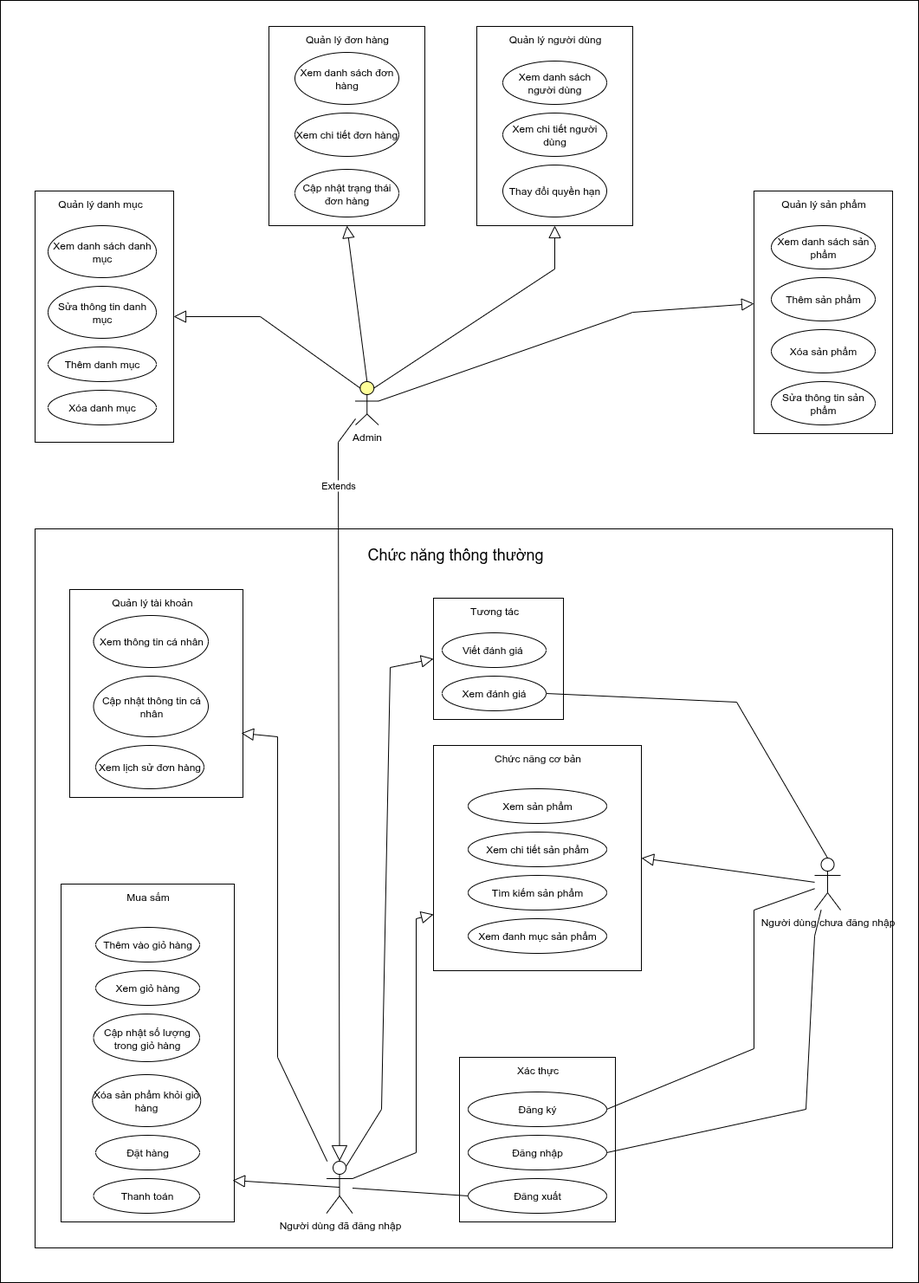
Above: Diagrams/usecase tổng quan.drawio.png in HaoNgo232/laptop-shop (draw.io), before the change. Source tidied: cells renumbered, new cells last; positions are measured from the earlier drawing's top-left corner, leaving out a move shared by most shapes.
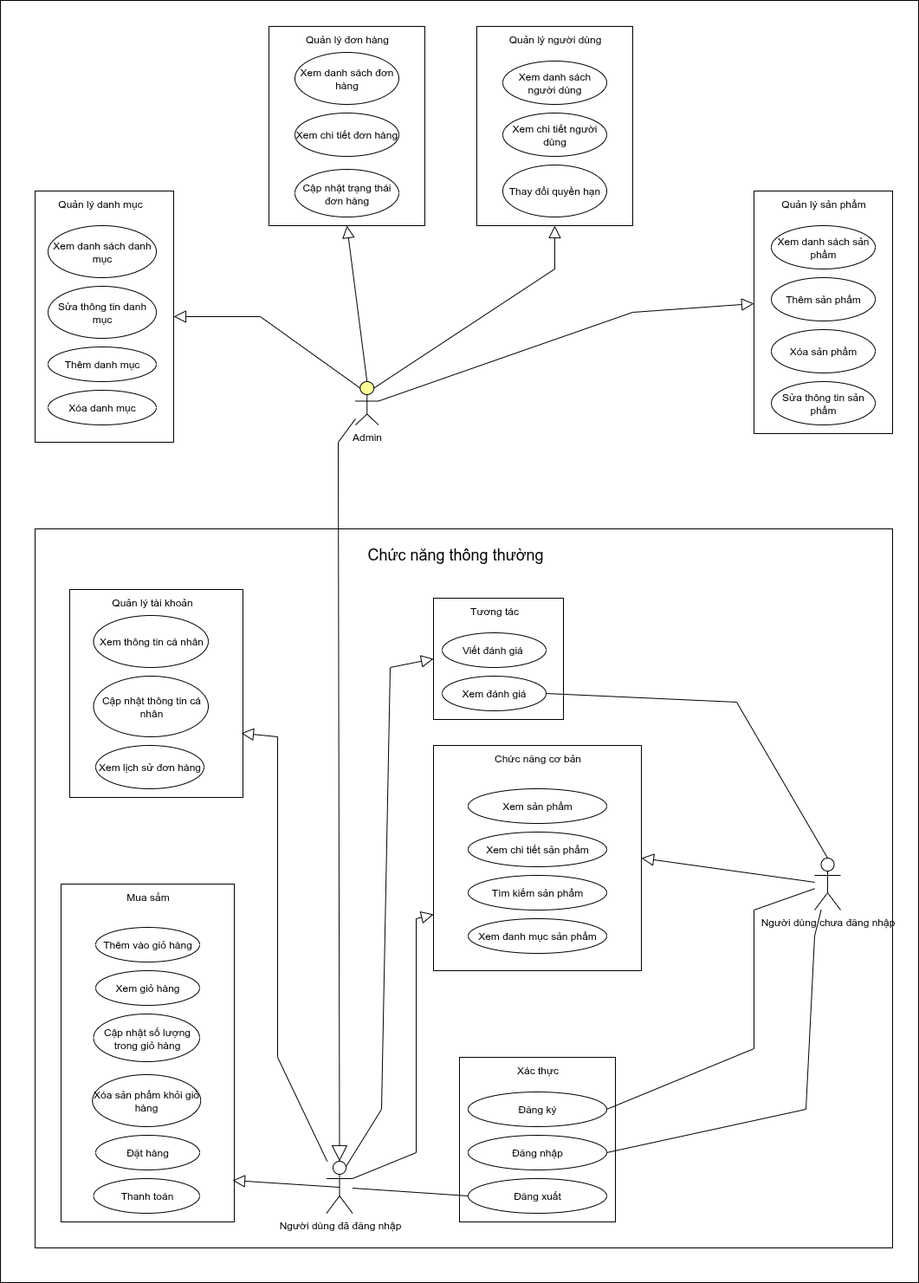
The same file after the commit.

The edit, as a diff of the source:
```diff
@@ -212,7 +212,7 @@
         </Array>
       </mxGeometry>
     </mxCell>
-    <mxCell id="64" value="Extends" style="endArrow=block;endSize=16;endFill=0;html=1;rounded=0;entryX=0.5;entryY=0;entryDx=0;entryDy=0;entryPerimeter=0;" parent="1" edge="1" source="44" target="26">
+    <mxCell id="64" style="endArrow=block;endSize=16;endFill=0;html=1;rounded=0;entryX=0.5;entryY=0;entryDx=0;entryDy=0;entryPerimeter=0;" parent="1" edge="1" source="44" target="26">
       <mxGeometry x="-0.81" relative="1" as="geometry">
         <Array as="points">
           <mxPoint x="390" y="510" />
```
